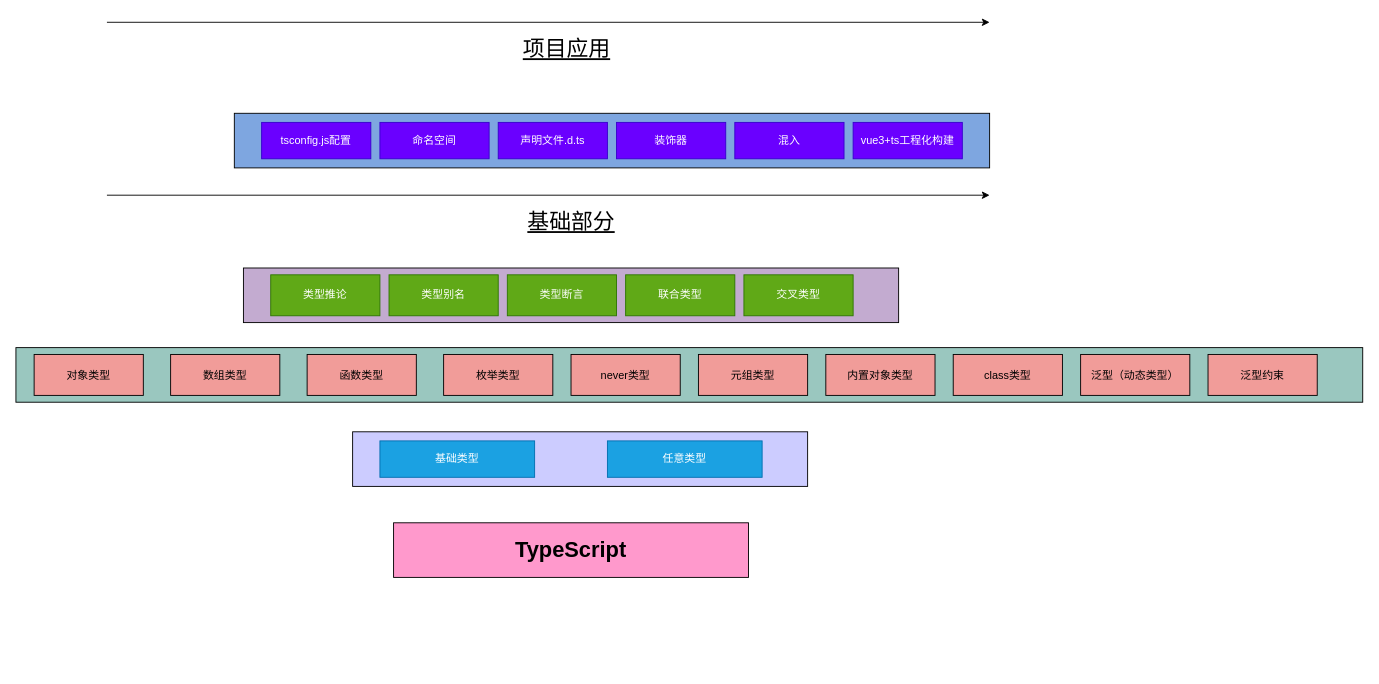
Above: typescript知识图.drawio in littleMeow0/ts-notes (draw.io), before the change. Source tidied: cells renumbered, new cells numbered last; positions are measured from the earlier drawing's top-left corner, leaving out a move shared by most shapes. Both pictures are drawn from the tidied source at 91%, with x=0, y=0 at pixel (15, 22).
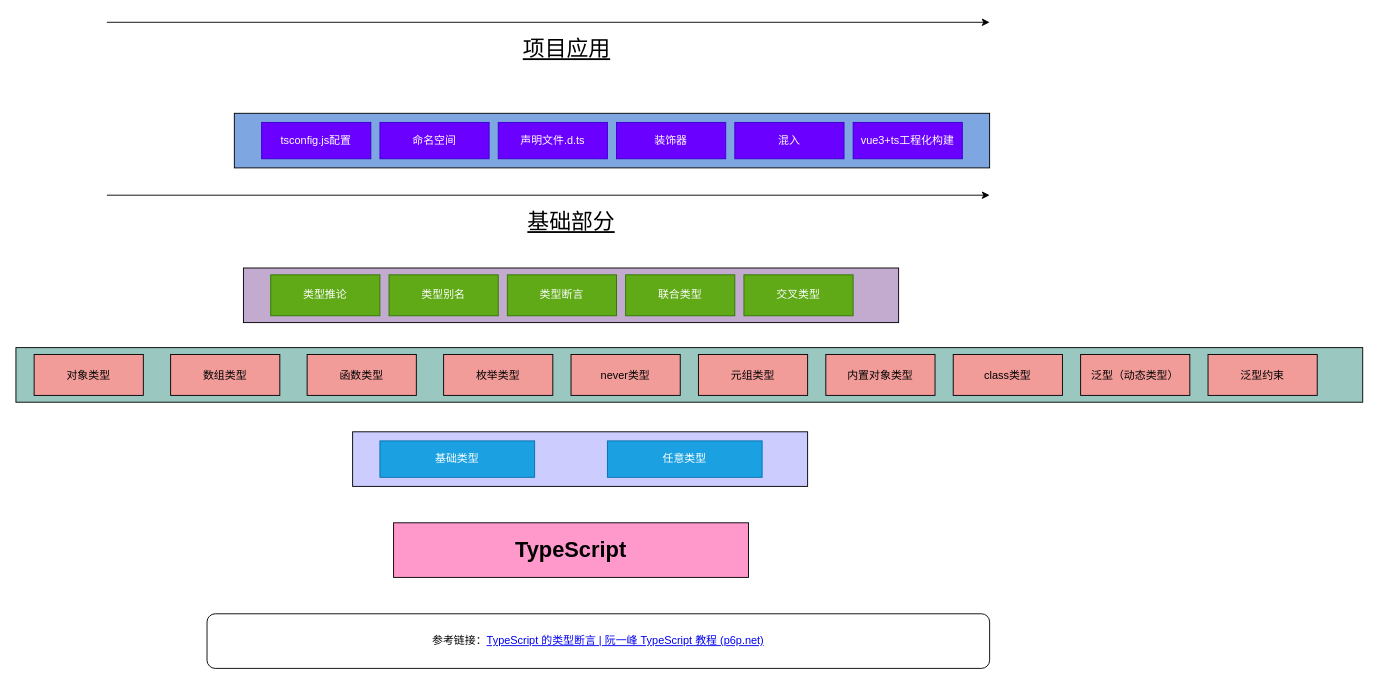
Above is the later version.

Commit message:
更新知识图谱

Change to the diagram source:
```diff
@@
+    <mxCell id="34" value="参考链接：&lt;a href=&quot;https://typescript.p6p.net/typescript-tutorial/assert.html&quot;&gt;TypeScript 的类型断言 | 阮一峰 TypeScript 教程 (p6p.net)&lt;/a&gt;" style="rounded=1;whiteSpace=wrap;html=1;" parent="1" vertex="1">
+      <mxGeometry x="210" y="650" width="860" height="60" as="geometry" />
+    </mxCell>
```
